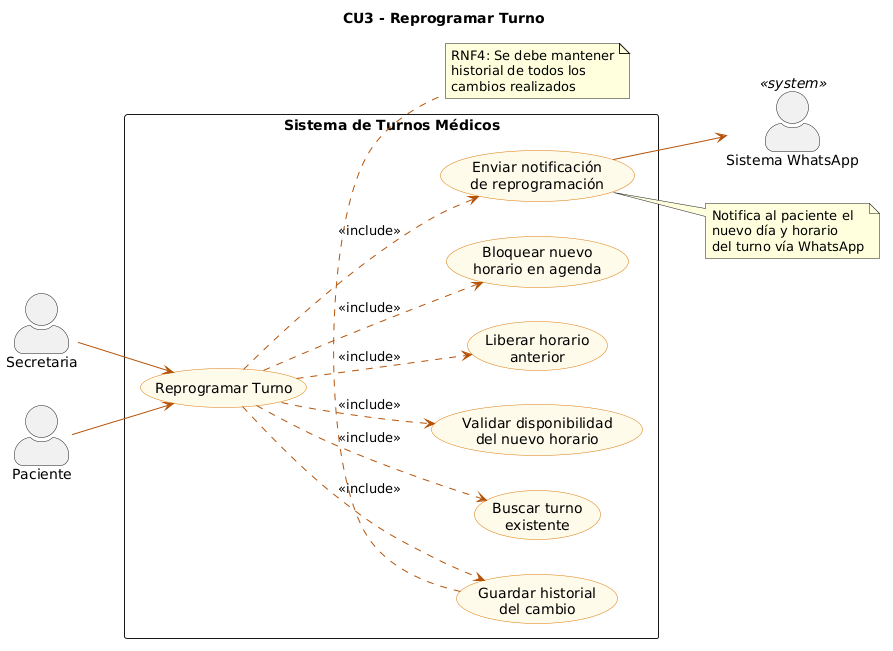
Before: diagramas/02-casos-de-uso/02-reprogramar-turno-03.png, a diagram exported from PlantUML (angelgc9107-lgtm/SistemaTurnosMedicos_GP6). Its diagram source:
```plantuml
@startuml
left to right direction
skinparam actorStyle awesome
skinparam packageStyle rectangle
skinparam usecase {
    BackgroundColor #FFFBEB
    BorderColor #D97706
    ArrowColor #B45309
}

title CU3 - Reprogramar Turno

actor "Secretaria" as SEC
actor "Paciente" as PAC
actor "Sistema WhatsApp" as WA <<system>>

rectangle "Sistema de Turnos Médicos" {

    usecase "Reprogramar Turno" as CU3

    usecase "Buscar turno\nexistente" as CU3_1
    usecase "Validar disponibilidad\ndel nuevo horario" as CU3_2
    usecase "Liberar horario\nanterior" as CU3_3
    usecase "Bloquear nuevo\nhorario en agenda" as CU3_4
    usecase "Guardar historial\ndel cambio" as CU3_5
    usecase "Enviar notificación\nde reprogramación" as CU3_6

    CU3 ..> CU3_1   : <<include>>
    CU3 ..> CU3_2   : <<include>>
    CU3 ..> CU3_3   : <<include>>
    CU3 ..> CU3_4   : <<include>>
    CU3 ..> CU3_5   : <<include>>
    CU3 ..> CU3_6   : <<include>>

}

PAC --> CU3
SEC --> CU3
CU3_6 --> WA

note bottom of CU3_5
  RNF4: Se debe mantener
  historial de todos los
  cambios realizados
end note

note right of CU3_6
  Notifica al paciente el
  nuevo día y horario
  del turno vía WhatsApp
end note
@enduml
```
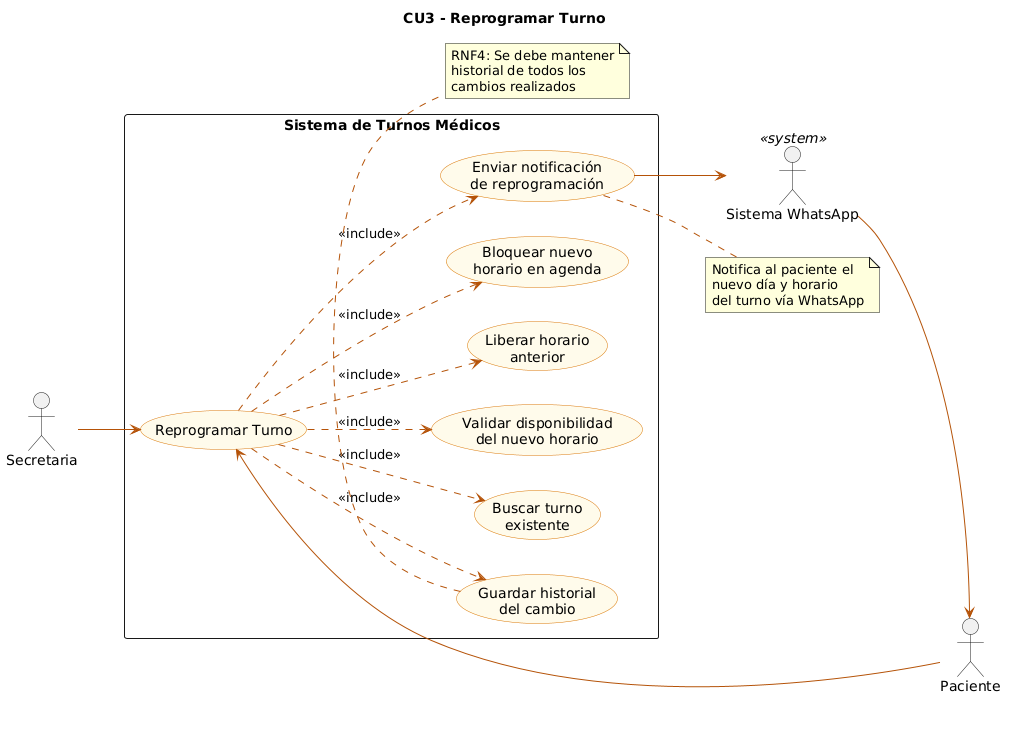
After the change.

Diff of the diagram source:
```diff
@@ -1,6 +1,5 @@
 @startuml
 left to right direction
-skinparam actorStyle awesome
 skinparam packageStyle rectangle
 skinparam usecase {
     BackgroundColor #FFFBEB
@@ -37,6 +36,7 @@
 PAC --> CU3
 SEC --> CU3
 CU3_6 --> WA
+WA --> PAC
 
 note bottom of CU3_5
   RNF4: Se debe mantener
```
